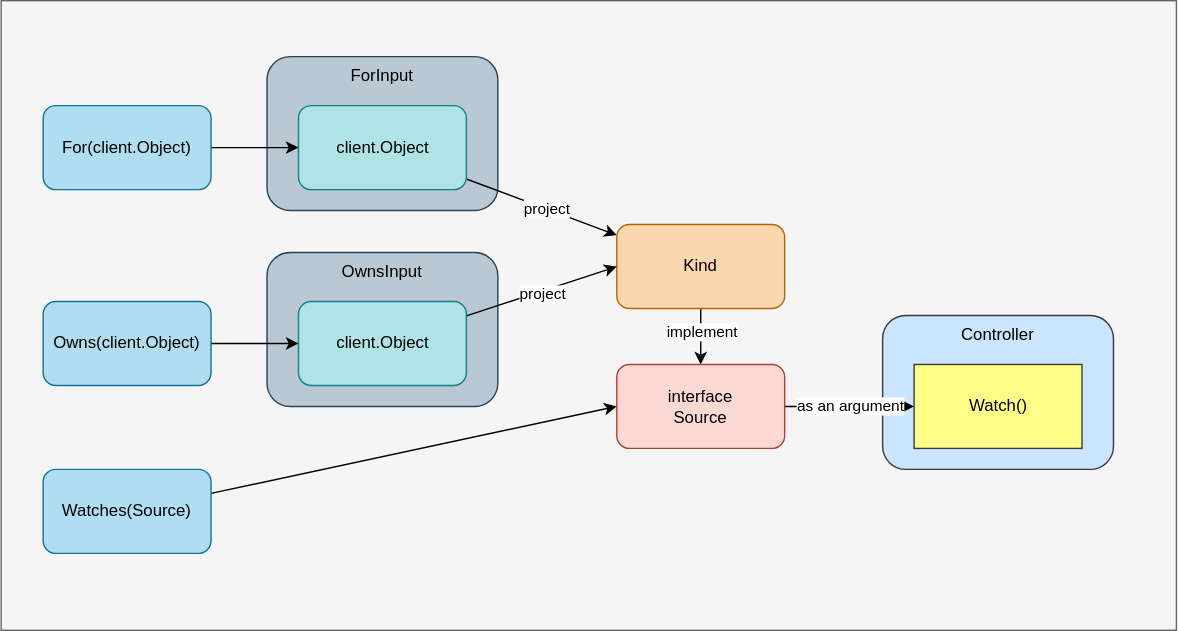
Above: contents/kubernetes-operator/controller-runtime/builder/for-owns-watches.drawio.svg in nakamasato/kubernetes-training (draw.io), before the change. Source tidied: cells renumbered, new cells last; positions are measured from the earlier drawing's top-left corner, leaving out a move shared by most shapes.
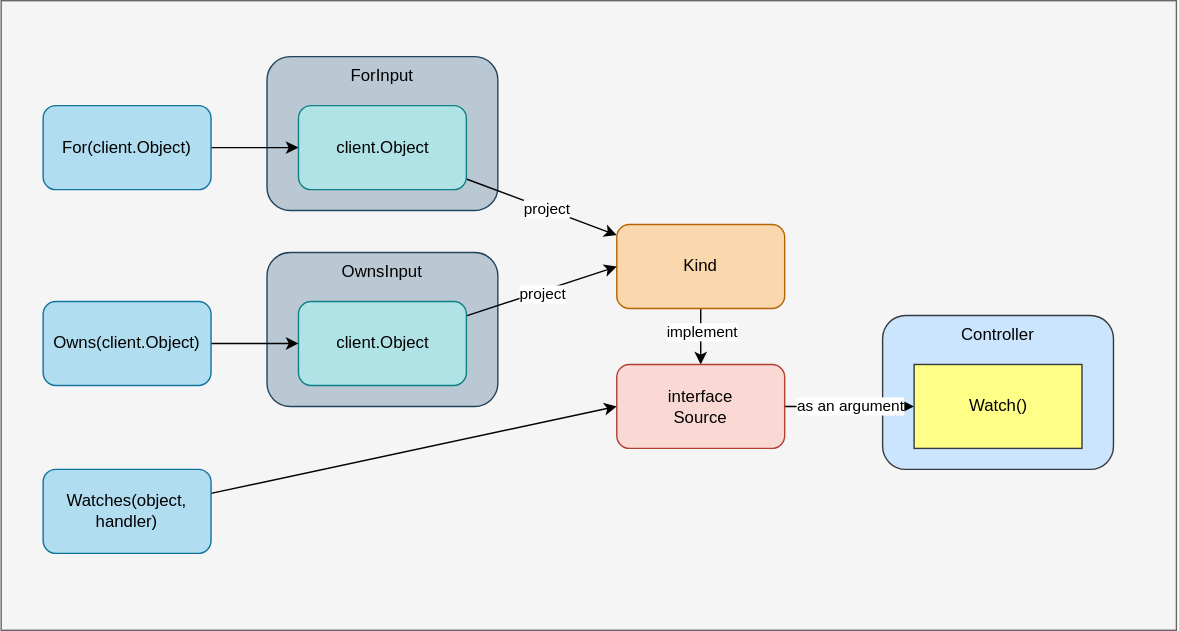
After the change.

What changed in the source:
```diff
@@ -65,7 +65,7 @@
     <mxCell id="22" style="edgeStyle=none;html=1;entryX=0;entryY=0.5;entryDx=0;entryDy=0;" parent="1" edge="1" source="23" target="12">
       <mxGeometry relative="1" as="geometry" />
     </mxCell>
-    <mxCell id="23" value="Watches(Source)" style="rounded=1;whiteSpace=wrap;html=1;fillColor=#b1ddf0;strokeColor=#10739e;" parent="1" vertex="1">
+    <mxCell id="23" value="Watches(object, handler)" style="rounded=1;whiteSpace=wrap;html=1;fillColor=#b1ddf0;strokeColor=#10739e;" parent="1" vertex="1">
       <mxGeometry x="30" y="335" width="120" height="60" as="geometry" />
     </mxCell>
   </root>
```
